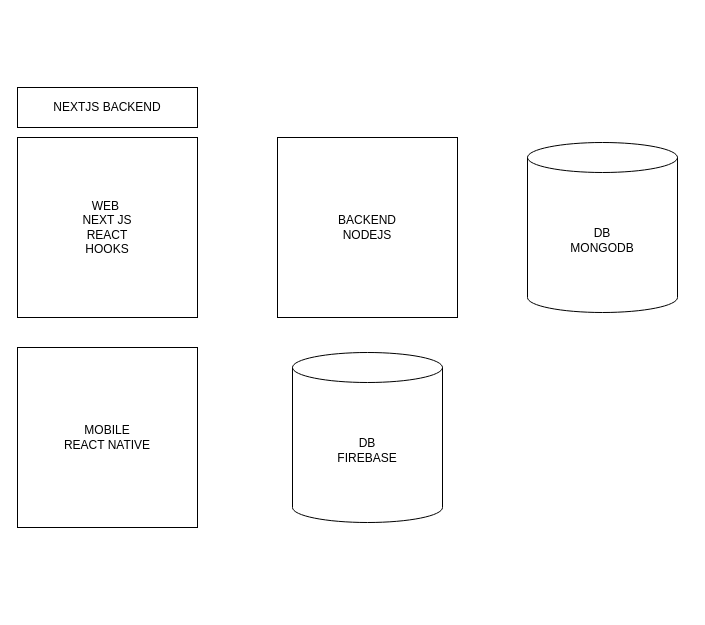
Before: diagrams/GYM_STACK.drawio in emanulz/gym_ctl_planner, a draw.io diagram. Source tidied: cells renumbered, new cells numbered last; positions are measured from the earlier drawing's top-left corner, leaving out a move shared by most shapes. Both pictures are drawn from the tidied source at 100%, with x=0, y=0 at pixel (17, 87).
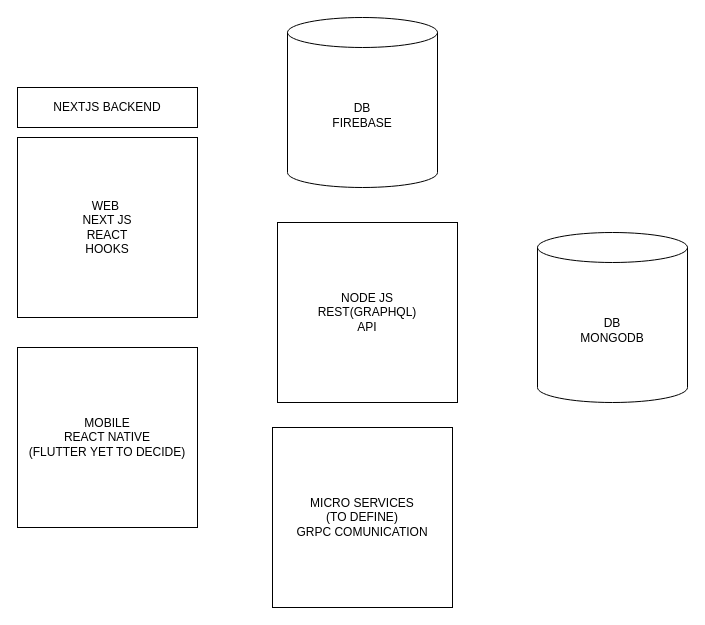
After the change.

What changed in the source:
```diff
@@
 <mxGraphModel>
   <root>
     <mxCell id="0" />
     <mxCell id="1" parent="0" />
-    <mxCell id="2" value="BACKEND&lt;br&gt;NODEJS" style="whiteSpace=wrap;html=1;" parent="1" vertex="1">
-      <mxGeometry x="260" y="50" width="180" height="180" as="geometry" />
+    <mxCell id="2" value="NODE JS&lt;br&gt;REST(GRAPHQL)&lt;br&gt;API" style="whiteSpace=wrap;html=1;" parent="1" vertex="1">
+      <mxGeometry x="260" y="135" width="180" height="180" as="geometry" />
     </mxCell>
     <mxCell id="3" value="WEB&amp;nbsp;&lt;br&gt;NEXT JS&lt;br&gt;REACT&lt;br&gt;HOOKS" style="whiteSpace=wrap;html=1;" parent="1" vertex="1">
       <mxGeometry y="50" width="180" height="180" as="geometry" />
     </mxCell>
-    <mxCell id="4" value="MOBILE&lt;br&gt;REACT NATIVE" style="whiteSpace=wrap;html=1;" parent="1" vertex="1">
+    <mxCell id="4" value="MOBILE&lt;br&gt;REACT NATIVE&lt;br&gt;(FLUTTER YET TO DECIDE)" style="whiteSpace=wrap;html=1;" parent="1" vertex="1">
       <mxGeometry y="260" width="180" height="180" as="geometry" />
     </mxCell>
     <mxCell id="5" value="DB&lt;br&gt;FIREBASE" style="shape=cylinder3;whiteSpace=wrap;html=1;boundedLbl=1;backgroundOutline=1;size=15;" parent="1" vertex="1">
-      <mxGeometry x="275" y="265" width="150" height="170" as="geometry" />
+      <mxGeometry x="270" y="-70" width="150" height="170" as="geometry" />
     </mxCell>
     <mxCell id="6" value="NEXTJS BACKEND" style="rounded=0;whiteSpace=wrap;html=1;" parent="1" vertex="1">
       <mxGeometry width="180" height="40" as="geometry" />
     </mxCell>
     <mxCell id="7" value="DB&lt;br&gt;MONGODB" style="shape=cylinder3;whiteSpace=wrap;html=1;boundedLbl=1;backgroundOutline=1;size=15;" parent="1" vertex="1">
-      <mxGeometry x="510" y="55" width="150" height="170" as="geometry" />
+      <mxGeometry x="520" y="145" width="150" height="170" as="geometry" />
     </mxCell>
+    <mxCell id="8" value="MICRO SERVICES&lt;br&gt;(TO DEFINE)&lt;br&gt;GRPC COMUNICATION" style="whiteSpace=wrap;html=1;" parent="1" vertex="1">
+      <mxGeometry x="255" y="340" width="180" height="180" as="geometry" />
+    </mxCell>
   </root>
 </mxGraphModel>
```
